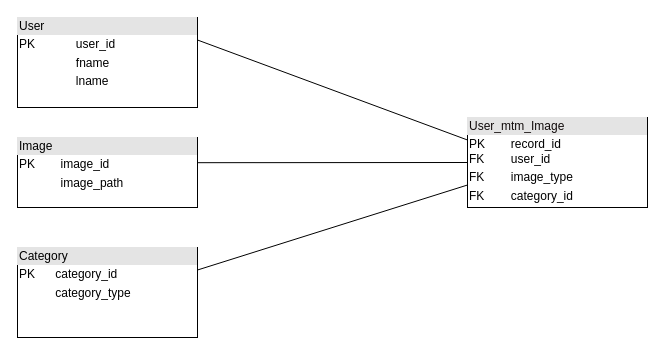
Before: UML.drawio in yuzchen7/ttp-assignment10-DB, a draw.io diagram. Source tidied: cells renumbered, new cells numbered last; positions are measured from the earlier drawing's top-left corner, leaving out a move shared by most shapes. Both pictures are drawn from the tidied source at 100%, with x=0, y=0 at pixel (17, 17).
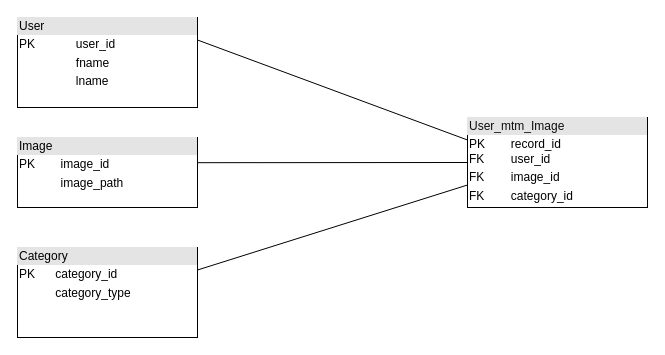
The same page after the edit.

Commit message:
fix : fix the error of column name

Change to the diagram source:
```diff
@@
 <mxGraphModel>
   <root>
     <mxCell id="0" />
     <mxCell id="1" parent="0" />
     <mxCell id="2" value="&lt;div style=&quot;box-sizing:border-box;width:100%;background:#e4e4e4;padding:2px;&quot;&gt;&lt;font color=&quot;#000000&quot;&gt;User&lt;/font&gt;&lt;/div&gt;&lt;table style=&quot;width:100%;font-size:1em;&quot; cellpadding=&quot;2&quot; cellspacing=&quot;0&quot;&gt;&lt;tbody&gt;&lt;tr&gt;&lt;td&gt;PK&lt;/td&gt;&lt;td&gt;user_id&lt;/td&gt;&lt;/tr&gt;&lt;tr&gt;&lt;td&gt;&lt;br&gt;&lt;/td&gt;&lt;td&gt;fname&lt;/td&gt;&lt;/tr&gt;&lt;tr&gt;&lt;td&gt;&lt;/td&gt;&lt;td&gt;lname&lt;br&gt;&lt;/td&gt;&lt;/tr&gt;&lt;/tbody&gt;&lt;/table&gt;" style="verticalAlign=top;align=left;overflow=fill;html=1;" parent="1" vertex="1">
       <mxGeometry width="180" height="90" as="geometry" />
     </mxCell>
     <mxCell id="3" value="&lt;div style=&quot;box-sizing:border-box;width:100%;background:#e4e4e4;padding:2px;&quot;&gt;&lt;font color=&quot;#000000&quot;&gt;Image&lt;/font&gt;&lt;/div&gt;&lt;table style=&quot;width:100%;font-size:1em;&quot; cellpadding=&quot;2&quot; cellspacing=&quot;0&quot;&gt;&lt;tbody&gt;&lt;tr&gt;&lt;td&gt;PK&lt;/td&gt;&lt;td&gt;image_id&lt;/td&gt;&lt;/tr&gt;&lt;tr&gt;&lt;td&gt;&lt;br&gt;&lt;/td&gt;&lt;td&gt;image_path&lt;/td&gt;&lt;/tr&gt;&lt;tr&gt;&lt;td&gt;&lt;br&gt;&lt;/td&gt;&lt;td&gt;&lt;br&gt;&lt;/td&gt;&lt;/tr&gt;&lt;/tbody&gt;&lt;/table&gt;" style="verticalAlign=top;align=left;overflow=fill;html=1;" parent="1" vertex="1">
       <mxGeometry y="120" width="180" height="70" as="geometry" />
     </mxCell>
     <mxCell id="4" value="&lt;div style=&quot;box-sizing:border-box;width:100%;background:#e4e4e4;padding:2px;&quot;&gt;&lt;font color=&quot;#000000&quot;&gt;Category&lt;/font&gt;&lt;/div&gt;&lt;table style=&quot;width:100%;font-size:1em;&quot; cellpadding=&quot;2&quot; cellspacing=&quot;0&quot;&gt;&lt;tbody&gt;&lt;tr&gt;&lt;td&gt;PK&lt;/td&gt;&lt;td&gt;category_id&lt;/td&gt;&lt;/tr&gt;&lt;tr&gt;&lt;td&gt;&lt;br&gt;&lt;/td&gt;&lt;td&gt;category_type&lt;/td&gt;&lt;/tr&gt;&lt;tr&gt;&lt;td&gt;&lt;/td&gt;&lt;td&gt;&lt;br&gt;&lt;/td&gt;&lt;/tr&gt;&lt;/tbody&gt;&lt;/table&gt;" style="verticalAlign=top;align=left;overflow=fill;html=1;" parent="1" vertex="1">
       <mxGeometry y="230" width="180" height="90" as="geometry" />
     </mxCell>
-    <mxCell id="5" value="&lt;div style=&quot;box-sizing:border-box;width:100%;background:#e4e4e4;padding:2px;&quot;&gt;&lt;font color=&quot;#120c0c&quot;&gt;User_mtm_Image&lt;/font&gt;&lt;/div&gt;&lt;table style=&quot;width:100%;font-size:1em;&quot; cellpadding=&quot;2&quot; cellspacing=&quot;0&quot;&gt;&lt;tbody&gt;&lt;tr&gt;&lt;td&gt;PK&lt;br&gt;FK&lt;/td&gt;&lt;td&gt;record_id&lt;br&gt;user_id&lt;/td&gt;&lt;/tr&gt;&lt;tr&gt;&lt;td&gt;FK&lt;/td&gt;&lt;td&gt;image_type&lt;/td&gt;&lt;/tr&gt;&lt;tr&gt;&lt;td&gt;FK&lt;/td&gt;&lt;td&gt;category_id&lt;br&gt;&lt;/td&gt;&lt;/tr&gt;&lt;/tbody&gt;&lt;/table&gt;" style="verticalAlign=top;align=left;overflow=fill;html=1;" parent="1" vertex="1">
+    <mxCell id="5" value="&lt;div style=&quot;box-sizing:border-box;width:100%;background:#e4e4e4;padding:2px;&quot;&gt;&lt;font color=&quot;#120c0c&quot;&gt;User_mtm_Image&lt;/font&gt;&lt;/div&gt;&lt;table style=&quot;width:100%;font-size:1em;&quot; cellpadding=&quot;2&quot; cellspacing=&quot;0&quot;&gt;&lt;tbody&gt;&lt;tr&gt;&lt;td&gt;PK&lt;br&gt;FK&lt;/td&gt;&lt;td&gt;record_id&lt;br&gt;user_id&lt;/td&gt;&lt;/tr&gt;&lt;tr&gt;&lt;td&gt;FK&lt;/td&gt;&lt;td&gt;image_id&lt;/td&gt;&lt;/tr&gt;&lt;tr&gt;&lt;td&gt;FK&lt;/td&gt;&lt;td&gt;category_id&lt;br&gt;&lt;/td&gt;&lt;/tr&gt;&lt;/tbody&gt;&lt;/table&gt;" style="verticalAlign=top;align=left;overflow=fill;html=1;" parent="1" vertex="1">
       <mxGeometry x="450" y="100" width="180" height="90" as="geometry" />
     </mxCell>
     <mxCell id="6" style="endArrow=none;html=1;fontColor=#120c0c;exitX=1;exitY=0.25;exitDx=0;exitDy=0;entryX=0;entryY=0.25;entryDx=0;entryDy=0;" parent="1" edge="1" source="2" target="5">
       <mxGeometry relative="1" as="geometry" />
     </mxCell>
     <mxCell id="7" style="endArrow=none;html=1;fontColor=#120c0c;exitX=1.003;exitY=0.36;exitDx=0;exitDy=0;entryX=0;entryY=0.5;entryDx=0;entryDy=0;exitPerimeter=0;" parent="1" edge="1" source="3" target="5">
       <mxGeometry relative="1" as="geometry" />
     </mxCell>
     <mxCell id="8" style="endArrow=none;html=1;fontColor=#120c0c;exitX=0;exitY=0.75;exitDx=0;exitDy=0;entryX=1;entryY=0.25;entryDx=0;entryDy=0;" parent="1" edge="1" source="5" target="4">
       <mxGeometry relative="1" as="geometry" />
     </mxCell>
   </root>
 </mxGraphModel>
```
